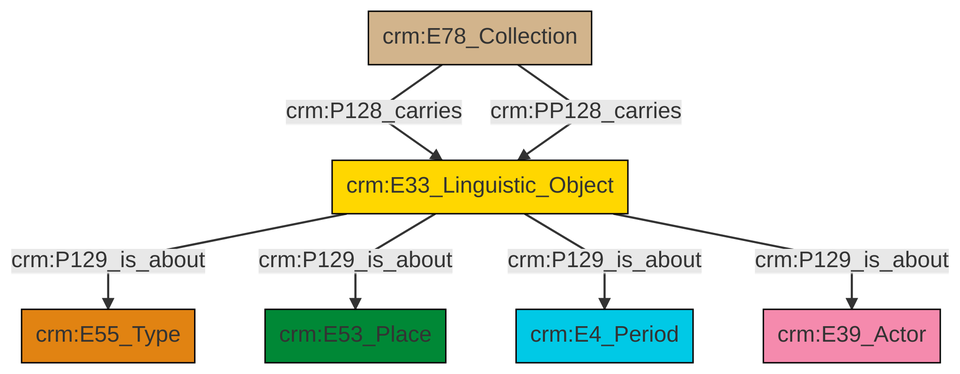
Before: et/archivalCSV/ttl/mmd/png/archival_aboutness.png, a diagram exported from Mermaid (swiss-art-research-net/docs.swissartresearch). Its source is kept beside it as et/archivalCSV/ttl/mmd/archival_aboutness.ttl.mmd. The source it was exported from:
```mermaid
graph TD
classDef Literal fill:#f2f2f2,stroke:#000000;
classDef CRM_Entity fill:#FFFFFF,stroke:#000000;
classDef Temporal_Entity fill:#00C9E6, stroke:#000000;
classDef Type fill:#E18312, stroke:#000000;
classDef Time-Span fill:#2C9C91, stroke:#000000;
classDef Appellation fill:#FFEB7F, stroke:#000000;
classDef Place fill:#008836, stroke:#000000;
classDef Persistent_Item fill:#B266B2, stroke:#000000;
classDef Conceptual_Object fill:#FFD700, stroke:#000000;
classDef Physical_Thing fill:#D2B48C, stroke:#000000;
classDef Actor fill:#f58aad, stroke:#000000;
classDef PC_Classes fill:#4ce600, stroke:#000000;
classDef Multi fill:#cccccc,stroke:#000000;

0["crm:E33_Linguistic_Object"]:::Conceptual_Object -->|crm:P129_is_about| 1["crm:E55_Type"]:::Type
0["crm:E33_Linguistic_Object"]:::Conceptual_Object -->|crm:P129_is_about| 2["crm:E53_Place"]:::Place
0["crm:E33_Linguistic_Object"]:::Conceptual_Object -->|crm:P129_is_about| 5["crm:E4_Period"]:::Temporal_Entity
0["crm:E33_Linguistic_Object"]:::Conceptual_Object -->|crm:P129_is_about| 6["crm:E39_Actor"]:::Actor
10["crm:E78_Collection"]:::Physical_Thing -->|crm:P128_carries| 0["crm:E33_Linguistic_Object"]:::Conceptual_Object
10["crm:E78_Collection"]:::Physical_Thing -->|crm:PP128_carries| 0["crm:E33_Linguistic_Object"]:::Conceptual_Object
```
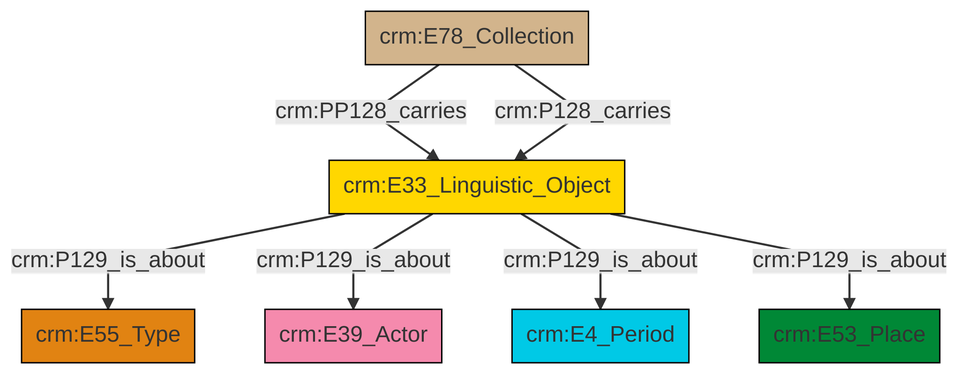
Later version of the same file.

The edit, as a diff of the source:
```diff
@@ -13,9 +13,9 @@
 classDef PC_Classes fill:#4ce600, stroke:#000000;
 classDef Multi fill:#cccccc,stroke:#000000;
 
-0["crm:E33_Linguistic_Object"]:::Conceptual_Object -->|crm:P129_is_about| 1["crm:E55_Type"]:::Type
+0["crm:E33_Linguistic_Object"]:::Conceptual_Object -->|crm:P129_is_about| 8["crm:E55_Type"]:::Type
+0["crm:E33_Linguistic_Object"]:::Conceptual_Object -->|crm:P129_is_about| 9["crm:E39_Actor"]:::Actor
+0["crm:E33_Linguistic_Object"]:::Conceptual_Object -->|crm:P129_is_about| 6["crm:E4_Period"]:::Temporal_Entity
 0["crm:E33_Linguistic_Object"]:::Conceptual_Object -->|crm:P129_is_about| 2["crm:E53_Place"]:::Place
-0["crm:E33_Linguistic_Object"]:::Conceptual_Object -->|crm:P129_is_about| 5["crm:E4_Period"]:::Temporal_Entity
-0["crm:E33_Linguistic_Object"]:::Conceptual_Object -->|crm:P129_is_about| 6["crm:E39_Actor"]:::Actor
-10["crm:E78_Collection"]:::Physical_Thing -->|crm:P128_carries| 0["crm:E33_Linguistic_Object"]:::Conceptual_Object
-10["crm:E78_Collection"]:::Physical_Thing -->|crm:PP128_carries| 0["crm:E33_Linguistic_Object"]:::Conceptual_Object
+4["crm:E78_Collection"]:::Physical_Thing -->|crm:PP128_carries| 0["crm:E33_Linguistic_Object"]:::Conceptual_Object
+4["crm:E78_Collection"]:::Physical_Thing -->|crm:P128_carries| 0["crm:E33_Linguistic_Object"]:::Conceptual_Object
```
